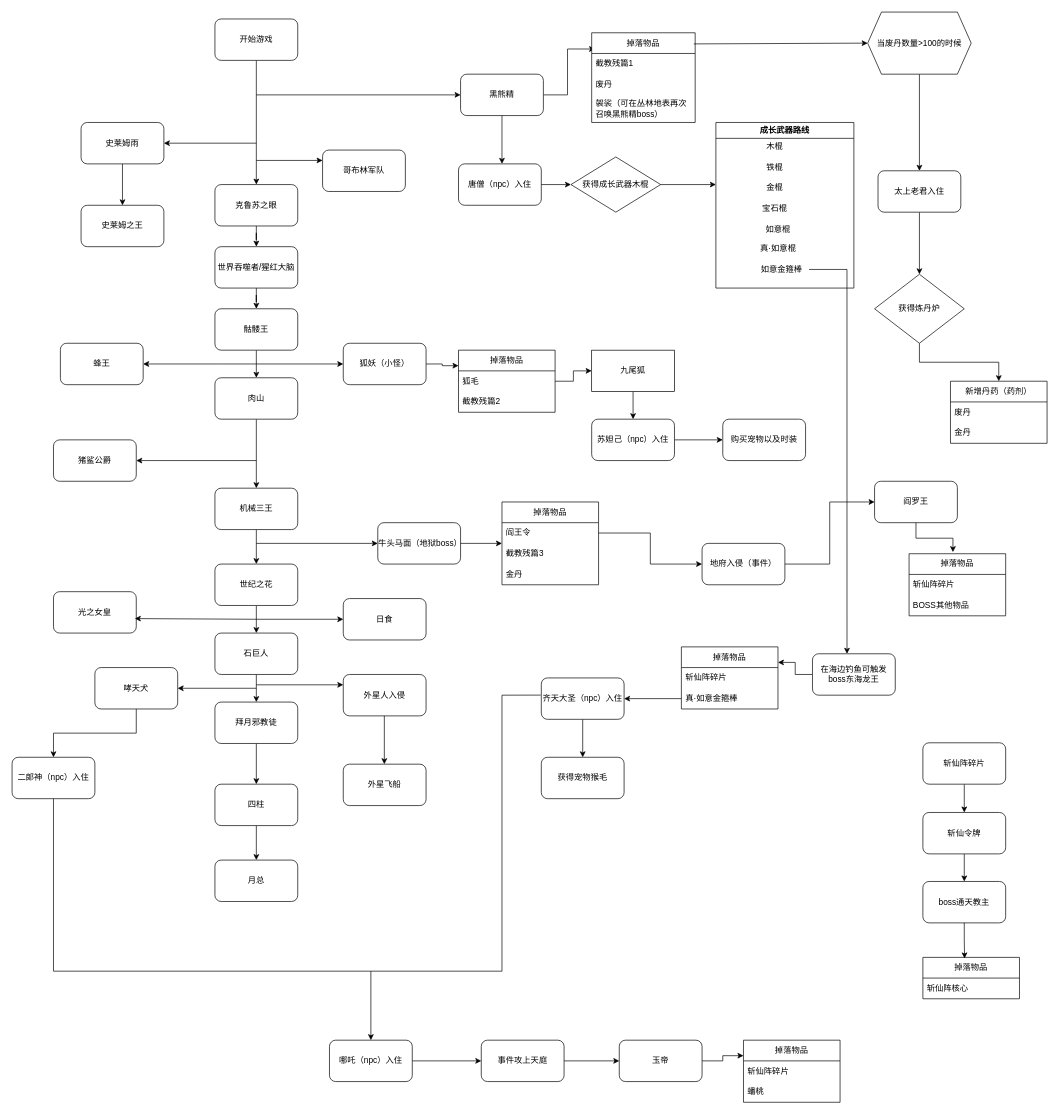
The draw.io diagram 1.drawio in Huangjp0915/AncientChineseMythology, before the edit. Source tidied: cells renumbered, new cells numbered last; positions are measured from the earlier drawing's top-left corner, leaving out a move shared by most shapes. Both pictures are drawn from the tidied source at 69%, with x=0, y=0 at pixel (12, 12).
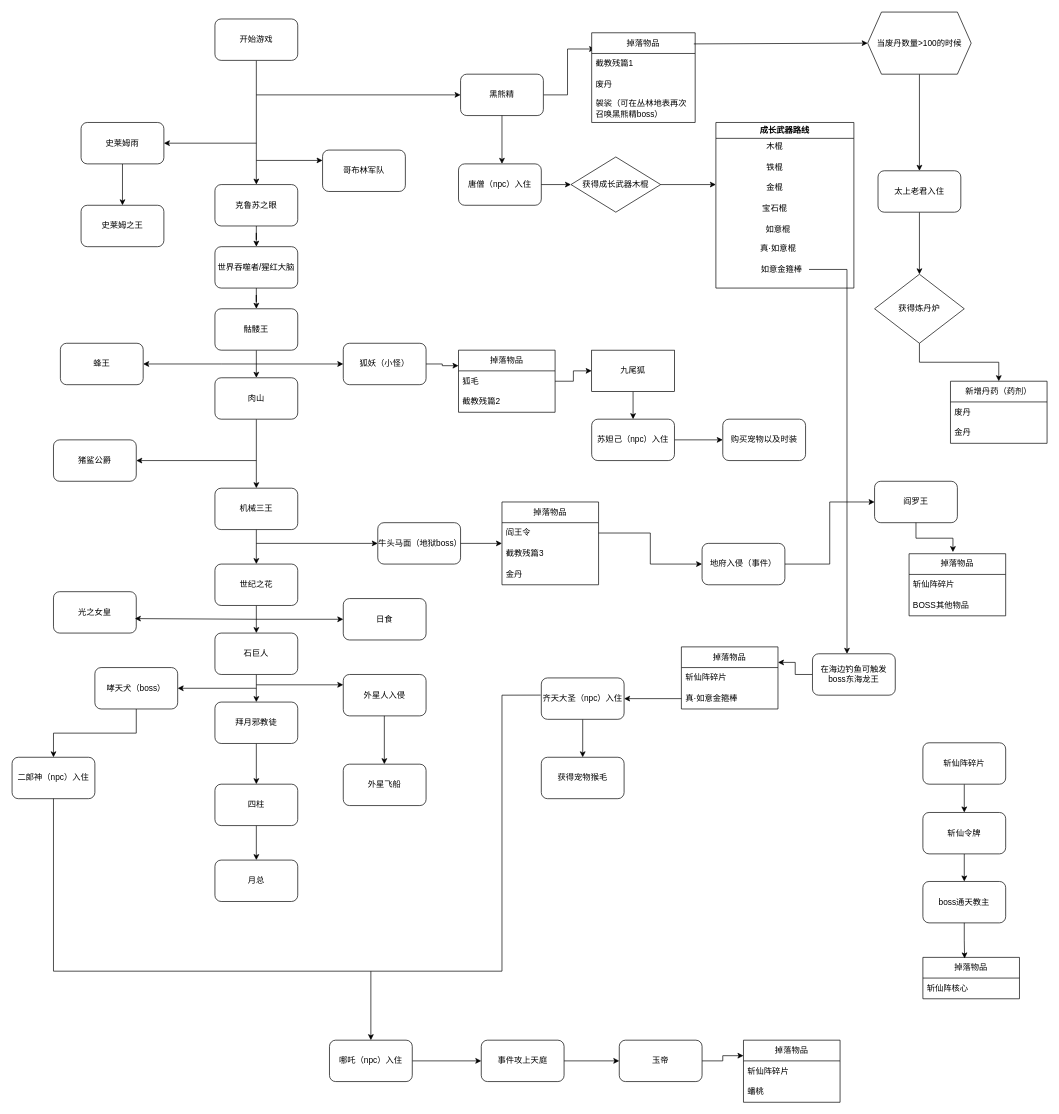
After the change.

What changed in the source:
```diff
@@
-    <mxCell id="100" value="哮天犬" style="rounded=1;whiteSpace=wrap;html=1;" parent="1" vertex="1">
+    <mxCell id="100" value="哮天犬（boss）" style="rounded=1;whiteSpace=wrap;html=1;" parent="1" vertex="1">
       <mxGeometry x="120" y="950" width="120" height="60" as="geometry" />
     </mxCell>
```
